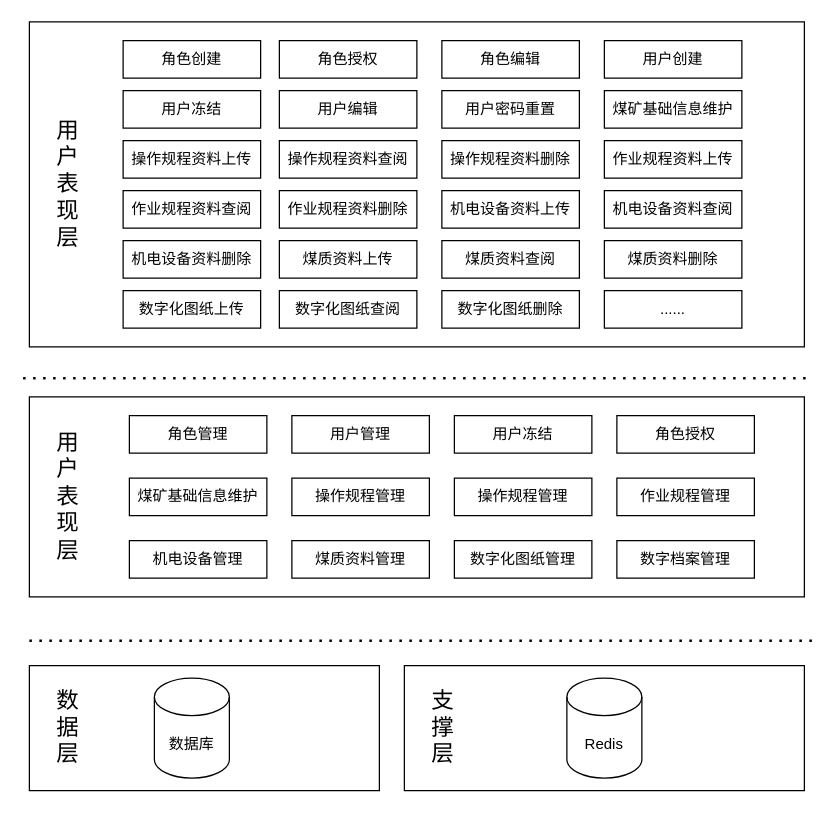
This is 煤矿生成技术管理系统架构图（煤矿文件）.drawio from itangm/draw.io-files, a draw.io file, before an edit. Source tidied: cells renumbered, new cells numbered last; positions are measured from the earlier drawing's top-left corner, leaving out a move shared by most shapes. Both pictures are drawn from the tidied source at 125%, with x=0, y=0 at pixel (22, 21).
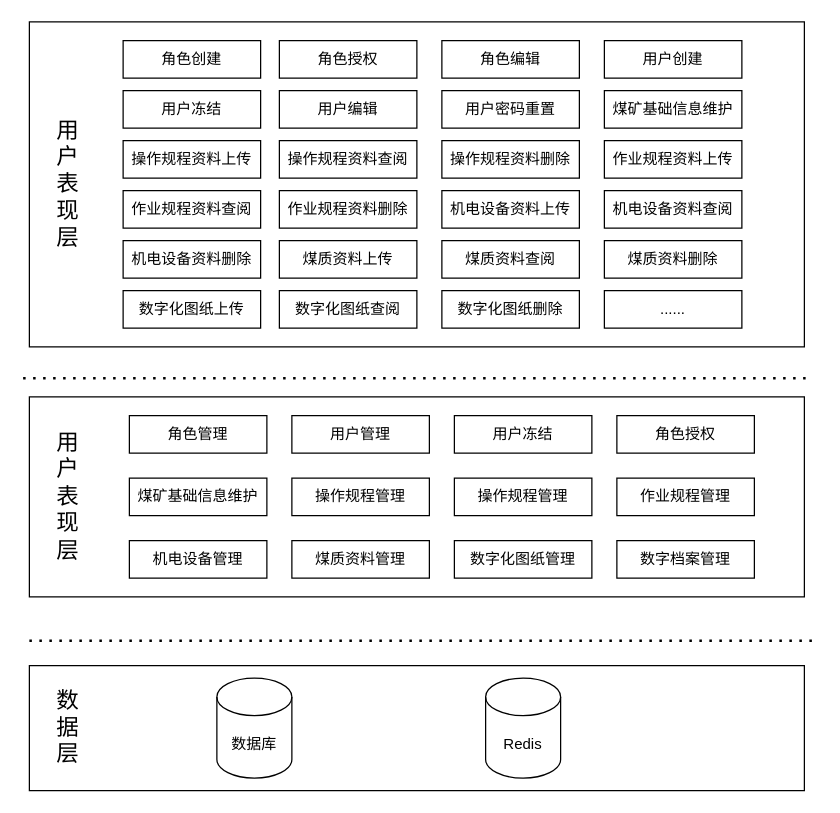
The same page after the edit.

Commit message:
更新煤矿生成技术管理系统架构图（煤矿文件）.drawio

What changed in the source:
```diff
@@
     <mxCell id="30" value="&lt;font style=&quot;font-size: 18px;&quot;&gt;&amp;nbsp; &amp;nbsp; 数&lt;br&gt;&amp;nbsp; &amp;nbsp; 据&lt;br style=&quot;border-color: var(--border-color);&quot;&gt;&amp;nbsp; &amp;nbsp; 层&lt;/font&gt;" style="rounded=0;whiteSpace=wrap;html=1;align=left;" parent="1" vertex="1">
-      <mxGeometry x="5" y="515" width="280" height="100" as="geometry" />
+      <mxGeometry x="5" y="515" width="620" height="100" as="geometry" />
     </mxCell>
     <mxCell id="31" value="数据库" style="shape=cylinder3;whiteSpace=wrap;html=1;boundedLbl=1;backgroundOutline=1;size=15;" parent="1" vertex="1">
-      <mxGeometry x="105" y="525" width="60" height="80" as="geometry" />
+      <mxGeometry x="155" y="525" width="60" height="80" as="geometry" />
     </mxCell>
-    <mxCell id="32" value="&lt;font style=&quot;font-size: 18px;&quot;&gt;&amp;nbsp; &amp;nbsp; 支&lt;br&gt;&amp;nbsp; &amp;nbsp; 撑&lt;br style=&quot;border-color: var(--border-color);&quot;&gt;&amp;nbsp; &amp;nbsp; 层&lt;/font&gt;" style="rounded=0;whiteSpace=wrap;html=1;align=left;" parent="1" vertex="1">
-      <mxGeometry x="305" y="515" width="320" height="100" as="geometry" />
-    </mxCell>
     <mxCell id="33" value="Redis" style="shape=cylinder3;whiteSpace=wrap;html=1;boundedLbl=1;backgroundOutline=1;size=15;" parent="1" vertex="1">
-      <mxGeometry x="435" y="525" width="60" height="80" as="geometry" />
+      <mxGeometry x="370" y="525" width="60" height="80" as="geometry" />
     </mxCell>
```
